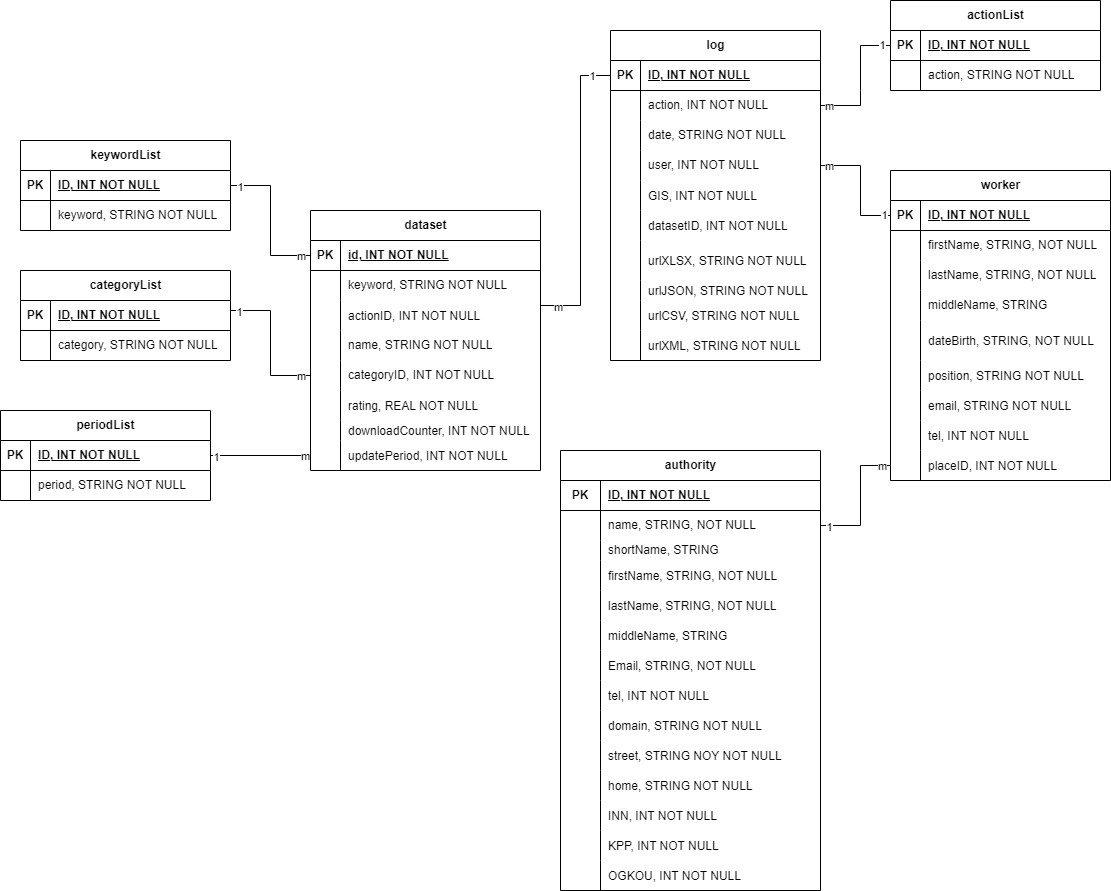
Before: даталогическая модель.png, a diagram exported from draw.io (n0kse/shumskiiIN_kursovaya). Source tidied: cells renumbered, new cells last; positions are measured from the earlier drawing's top-left corner, leaving out a move shared by most shapes.
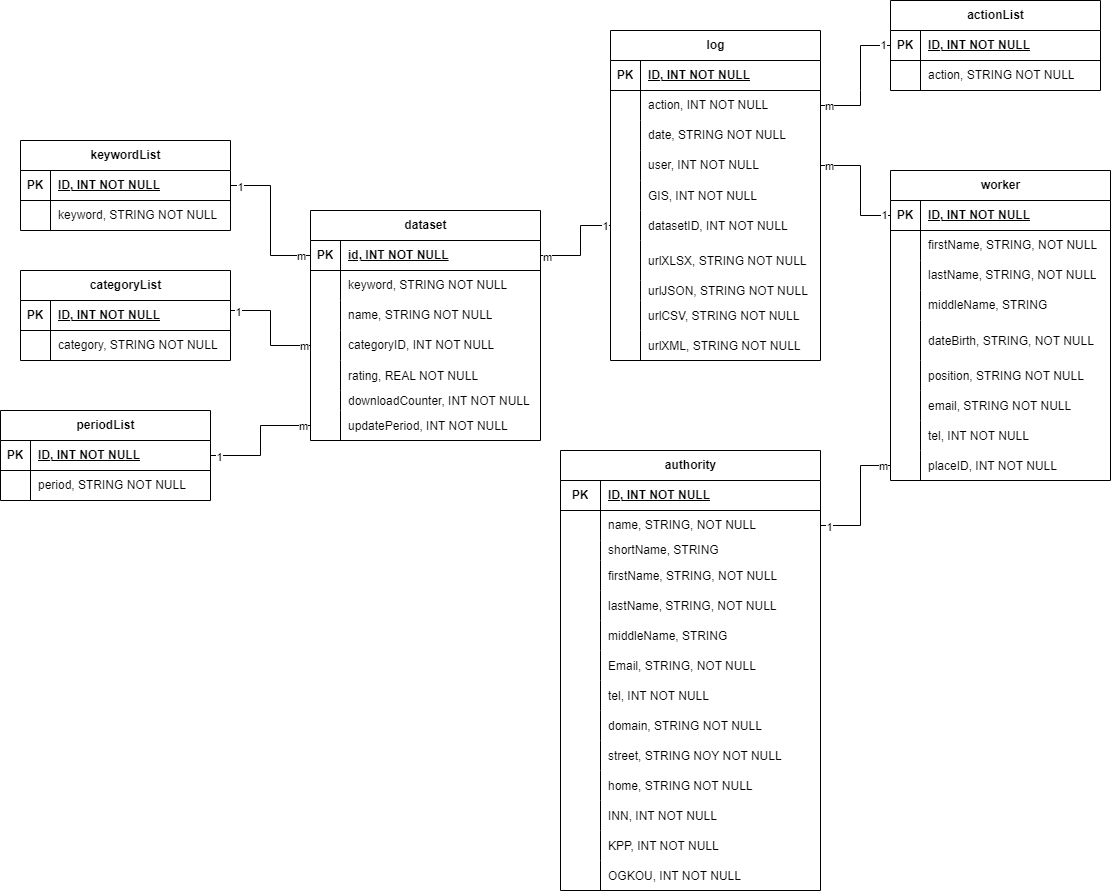
The same file after the commit.

Commit message:
Изменение связей между таблицами лог и датасет

What changed in the source:
```diff
@@ -330,7 +330,7 @@
       <mxGeometry x="30" width="180" height="30" as="geometry" />
     </mxCell>
     <mxCell id="111" value="dataset" style="shape=table;startSize=30;rowLines=0;fontStyle=1;align=center;html=1;" parent="1" vertex="1">
-      <mxGeometry x="310" y="210" width="230" height="260" as="geometry" />
+      <mxGeometry x="310" y="210" width="230" height="230" as="geometry" />
     </mxCell>
     <mxCell id="112" style="shape=tableRow;horizontal=0;startSize=0;swimlaneHead=0;swimlaneBody=0;fillColor=none;points=[[0,0.5],[1,0.5]];portConstraint=eastwest;top=0;left=0;right=0;bottom=1;" parent="111" vertex="1">
       <mxGeometry y="30" width="230" height="30" as="geometry" />
@@ -350,17 +350,8 @@
     <mxCell id="117" value="keyword, STRING NOT NULL" style="shape=partialRectangle;fillColor=none;top=0;left=0;bottom=0;right=0;align=left;spacingLeft=6;overflow=hidden;whiteSpace=wrap;html=1;" parent="115" vertex="1">
       <mxGeometry x="30" width="200" height="30" as="geometry" />
     </mxCell>
-    <mxCell id="118" style="shape=tableRow;horizontal=0;startSize=0;swimlaneHead=0;swimlaneBody=0;fillColor=none;top=0;left=0;right=0;bottom=0;" parent="111" vertex="1">
-      <mxGeometry y="90" width="230" height="30" as="geometry" />
-    </mxCell>
-    <mxCell id="119" style="shape=partialRectangle;fillColor=none;top=0;left=0;bottom=0;right=0;overflow=hidden;" parent="118" vertex="1">
-      <mxGeometry width="30" height="30" as="geometry" />
-    </mxCell>
-    <mxCell id="120" value="actionID, INT NOT NULL" style="shape=partialRectangle;fillColor=none;top=0;left=0;bottom=0;right=0;align=left;spacingLeft=6;overflow=hidden;" parent="118" vertex="1">
-      <mxGeometry x="30" width="200" height="30" as="geometry" />
-    </mxCell>
     <mxCell id="121" style="shape=tableRow;horizontal=0;startSize=0;swimlaneHead=0;swimlaneBody=0;fillColor=none;top=0;left=0;right=0;bottom=0;" parent="111" vertex="1">
-      <mxGeometry y="120" width="230" height="30" as="geometry" />
+      <mxGeometry y="90" width="230" height="30" as="geometry" />
     </mxCell>
     <mxCell id="122" style="shape=partialRectangle;fillColor=none;top=0;left=0;bottom=0;right=0;overflow=hidden;whiteSpace=wrap;html=1;" parent="121" vertex="1">
       <mxGeometry width="30" height="30" as="geometry" />
@@ -369,7 +360,7 @@
       <mxGeometry x="30" width="200" height="30" as="geometry" />
     </mxCell>
     <mxCell id="124" style="shape=tableRow;horizontal=0;startSize=0;swimlaneHead=0;swimlaneBody=0;fillColor=none;points=[[0,0.5],[1,0.5]];portConstraint=eastwest;top=0;left=0;right=0;bottom=0;" parent="111" vertex="1">
-      <mxGeometry y="150" width="230" height="30" as="geometry" />
+      <mxGeometry y="120" width="230" height="30" as="geometry" />
     </mxCell>
     <mxCell id="125" style="shape=partialRectangle;fillColor=none;top=0;left=0;bottom=0;right=0;overflow=hidden;whiteSpace=wrap;html=1;" parent="124" vertex="1">
       <mxGeometry width="30" height="30" as="geometry" />
@@ -378,7 +369,7 @@
       <mxGeometry x="30" width="200" height="30" as="geometry" />
     </mxCell>
     <mxCell id="127" style="shape=tableRow;horizontal=0;startSize=0;swimlaneHead=0;swimlaneBody=0;fillColor=none;top=0;left=0;right=0;bottom=0;" parent="111" vertex="1">
-      <mxGeometry y="180" width="230" height="30" as="geometry" />
+      <mxGeometry y="150" width="230" height="30" as="geometry" />
     </mxCell>
     <mxCell id="128" style="shape=partialRectangle;fillColor=none;top=0;left=0;bottom=0;right=0;overflow=hidden;" parent="127" vertex="1">
       <mxGeometry width="30" height="30" as="geometry" />
@@ -387,7 +378,7 @@
       <mxGeometry x="30" width="200" height="30" as="geometry" />
     </mxCell>
     <mxCell id="130" style="shape=tableRow;horizontal=0;startSize=0;swimlaneHead=0;swimlaneBody=0;fillColor=none;top=0;left=0;right=0;bottom=0;" parent="111" vertex="1">
-      <mxGeometry y="210" width="230" height="20" as="geometry" />
+      <mxGeometry y="180" width="230" height="20" as="geometry" />
     </mxCell>
     <mxCell id="131" style="shape=partialRectangle;fillColor=none;top=0;left=0;bottom=0;right=0;overflow=hidden;" parent="130" vertex="1">
       <mxGeometry width="30" height="20" as="geometry" />
@@ -396,7 +387,7 @@
       <mxGeometry x="30" width="200" height="20" as="geometry" />
     </mxCell>
     <mxCell id="133" style="shape=tableRow;horizontal=0;startSize=0;swimlaneHead=0;swimlaneBody=0;fillColor=none;points=[[0,0.5],[1,0.5]];portConstraint=eastwest;top=0;left=0;right=0;bottom=0;" parent="111" vertex="1">
-      <mxGeometry y="230" width="230" height="30" as="geometry" />
+      <mxGeometry y="200" width="230" height="30" as="geometry" />
     </mxCell>
     <mxCell id="134" style="shape=partialRectangle;fillColor=none;top=0;left=0;bottom=0;right=0;overflow=hidden;" parent="133" vertex="1">
       <mxGeometry width="30" height="30" as="geometry" />
@@ -486,7 +477,7 @@
         <mxPoint x="230" y="310" as="sourcePoint" />
         <Array as="points">
           <mxPoint x="270" y="310" />
-          <mxPoint x="270" y="375" />
+          <mxPoint x="270" y="345" />
         </Array>
       </mxGeometry>
     </mxCell>
@@ -497,7 +488,12 @@
       <mxGeometry x="0.87" relative="1" as="geometry" />
     </mxCell>
     <mxCell id="163" style="endArrow=none;html=1;rounded=0;exitX=1;exitY=0.5;exitDx=0;exitDy=0;entryX=0;entryY=0.5;entryDx=0;entryDy=0;" parent="1" edge="1" source="144" target="133">
-      <mxGeometry relative="1" as="geometry" />
+      <mxGeometry relative="1" as="geometry">
+        <Array as="points">
+          <mxPoint x="260" y="455" />
+          <mxPoint x="260" y="425" />
+        </Array>
+      </mxGeometry>
     </mxCell>
     <mxCell id="164" value="1" style="edgeLabel;html=1;align=center;verticalAlign=middle;" parent="163" vertex="1">
       <mxGeometry x="-0.88" y="-1" relative="1" as="geometry" />
@@ -548,12 +544,11 @@
     <mxCell id="174" value="m" style="edgeLabel;html=1;align=center;verticalAlign=middle;" parent="172" vertex="1">
       <mxGeometry x="0.87" relative="1" as="geometry" />
     </mxCell>
-    <mxCell id="175" style="endArrow=none;html=1;rounded=0;exitX=1;exitY=0.5;exitDx=0;exitDy=0;entryX=0;entryY=0.5;entryDx=0;entryDy=0;" parent="1" edge="1" target="74">
+    <mxCell id="175" style="endArrow=none;html=1;rounded=0;exitX=1;exitY=0.5;exitDx=0;exitDy=0;entryX=0;entryY=0.5;entryDx=0;entryDy=0;" parent="1" edge="1" source="112" target="89">
       <mxGeometry relative="1" as="geometry">
-        <mxPoint x="540" y="305" as="sourcePoint" />
         <Array as="points">
-          <mxPoint x="580" y="305" />
-          <mxPoint x="580" y="75" />
+          <mxPoint x="580" y="255" />
+          <mxPoint x="580" y="225" />
         </Array>
       </mxGeometry>
     </mxCell>
```
